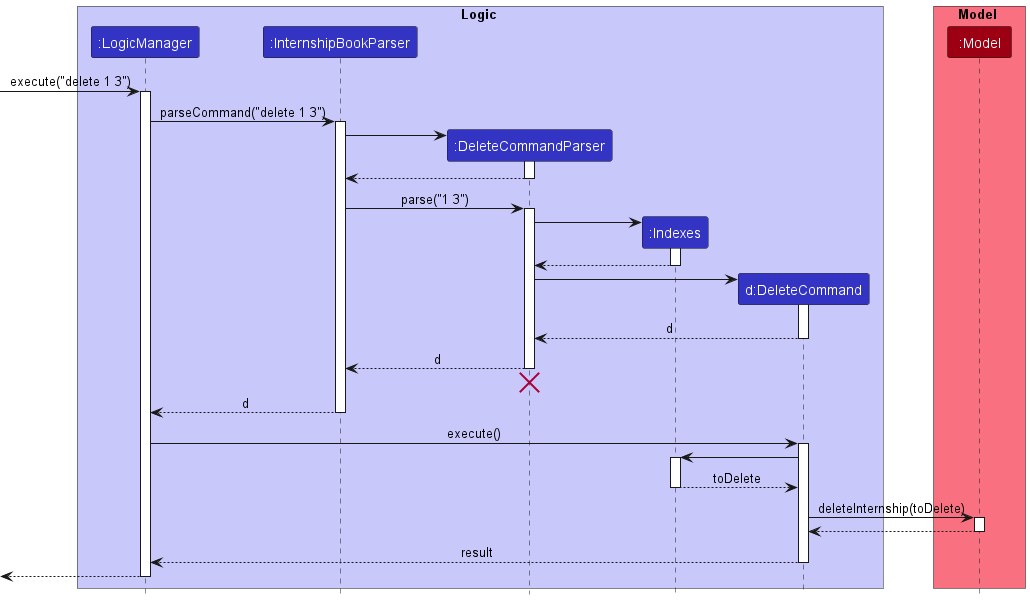
Earlier version of the PlantUML export docs/images/DeleteSequenceDiagram2.png (nus-cs2103-AY2223S1/tp).
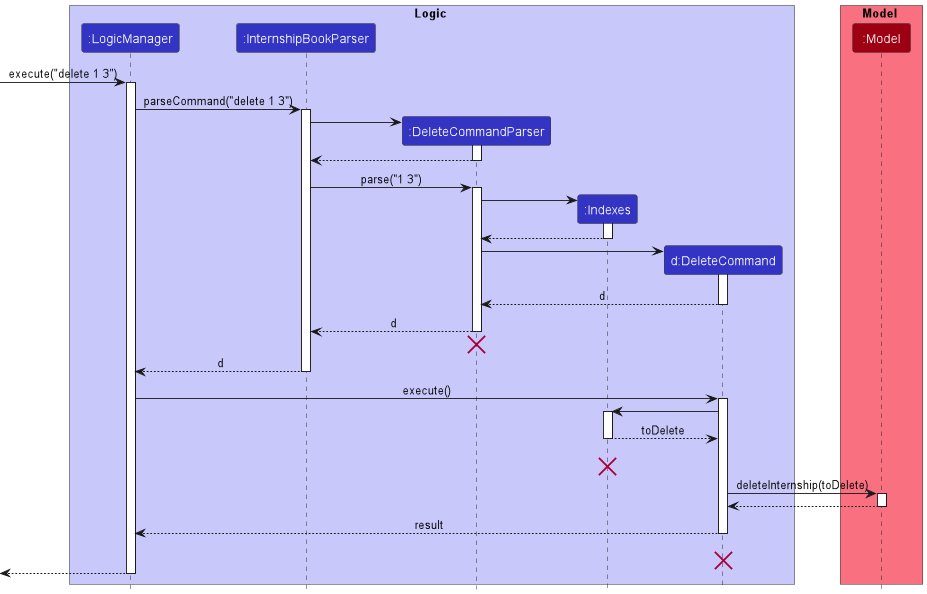
Above is the later version.

The edit, as a diff of the source:
```diff
@@ -57,7 +57,8 @@
 
 Indexes --> DeleteCommand: toDelete
 deactivate Indexes
-
+Indexes -[hidden]-> DeleteCommand: toDelete
+destroy Indexes
 DeleteCommand -> Model : deleteInternship(toDelete)
 activate Model
 
@@ -67,6 +68,8 @@
 
 DeleteCommand --> LogicManager : result
 deactivate DeleteCommand
+DeleteCommand -[hidden]-> LogicManager : result
+destroy DeleteCommand
 
 [<--LogicManager
 deactivate LogicManager
```
